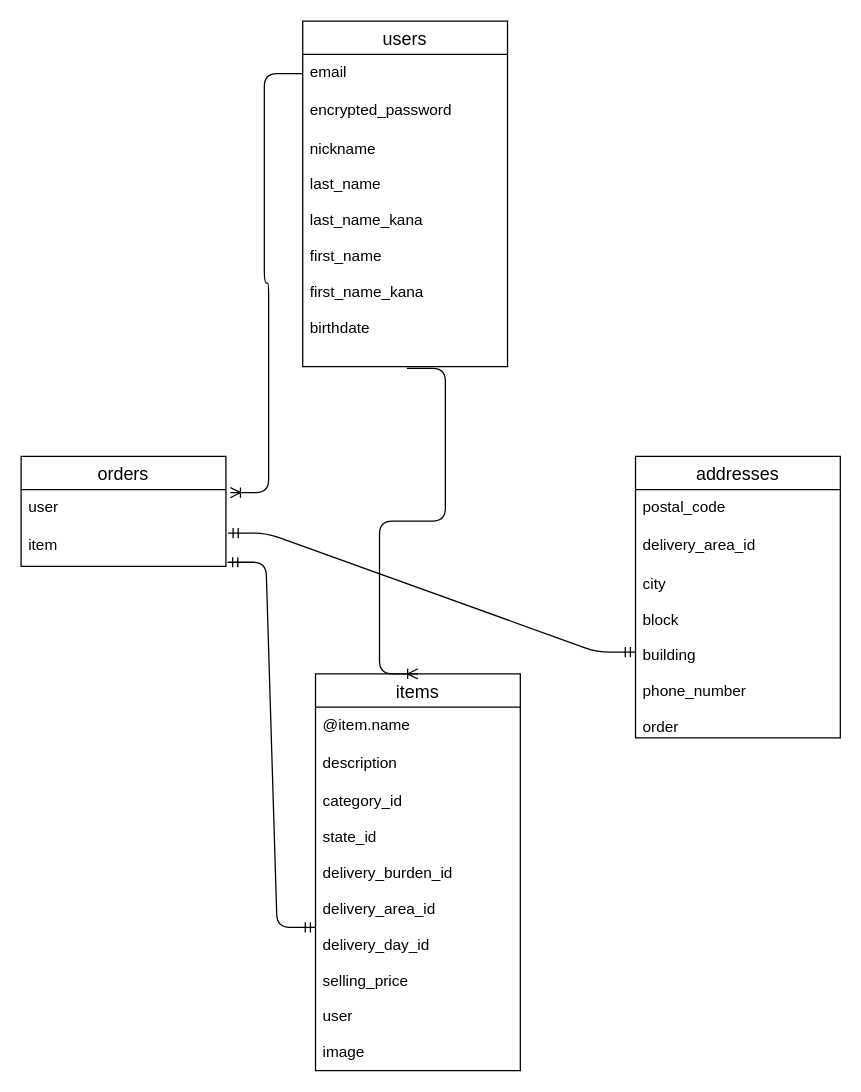
This is ER .dio from nakajima-2019/furima-36090, a draw.io file, before an edit. Source tidied: cells renumbered, new cells numbered last; positions are measured from the earlier drawing's top-left corner, leaving out a move shared by most shapes. Both pictures are drawn from the tidied source at 128%, with x=0, y=0 at pixel (20, 20).
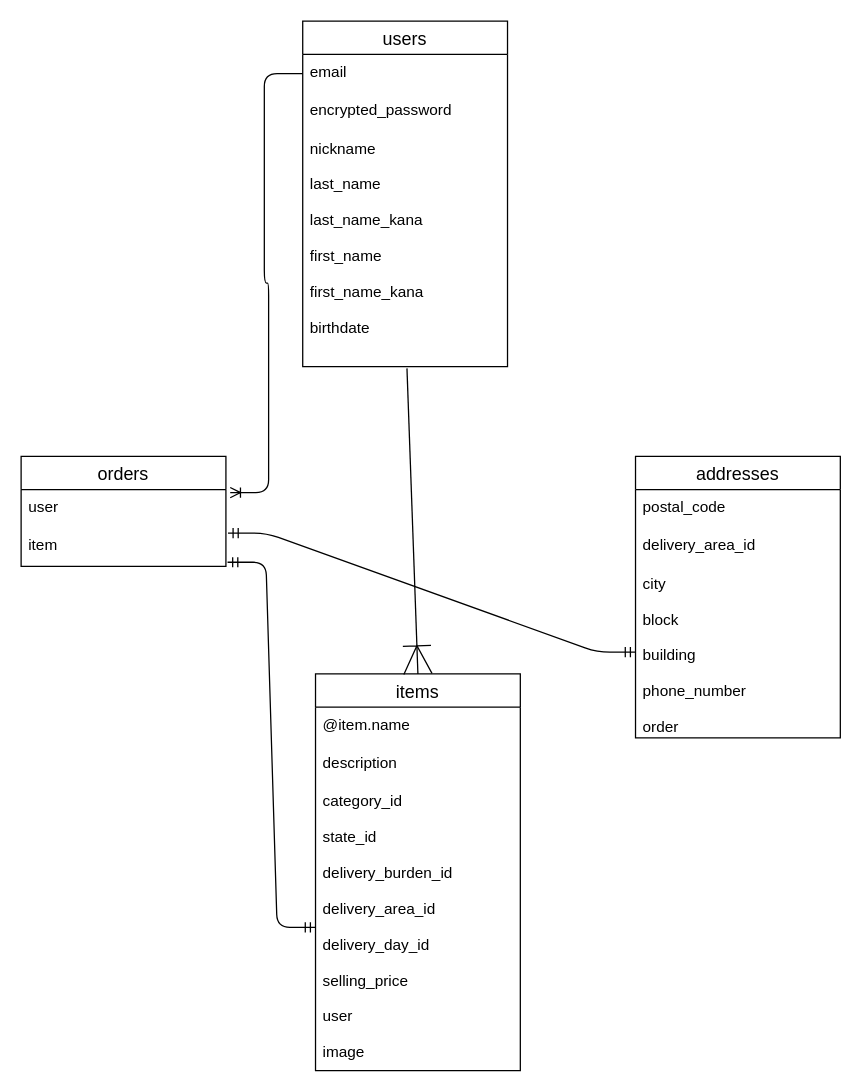
The same page after the edit.

Commit message:
ER図の位置調整

The change refers to these unchanged cells:
```xml
<mxCell id="5" value="nickname&#10;&#10;last_name&#10;&#10;last_name_kana &#10;&#10;first_name&#10;&#10;first_name_kana&#10;&#10;birthdate" style="text;strokeColor=none;fillColor=none;spacingLeft=4;spacingRight=4;overflow=hidden;points=[[0,0.5],[1,0.5]];portConstraint=eastwest;fontSize=12;" parent="2" vertex="1">
  <mxGeometry y="86" width="160" height="184" as="geometry" />
</mxCell>
<mxCell id="6" value="items" style="swimlane;fontStyle=0;horizontal=1;startSize=26;align=center;fontSize=14;" parent="1" vertex="1">
  <mxGeometry x="230" y="510" width="160" height="310" as="geometry" />
</mxCell>
```

Change to the diagram source:
```diff
@@
-    <mxCell id="18" style="edgeStyle=entityRelationEdgeStyle;fontSize=12;html=1;endArrow=ERoneToMany;exitX=0.509;exitY=1.007;exitDx=0;exitDy=0;exitPerimeter=0;entryX=0.5;entryY=0;entryDx=0;entryDy=0;" parent="1" edge="1" source="5" target="6">
+    <mxCell id="18" style="fontSize=12;html=1;endArrow=ERoneToMany;exitX=0.509;exitY=1.007;exitDx=0;exitDy=0;exitPerimeter=0;entryX=0.5;entryY=0;entryDx=0;entryDy=0;endSize=20;" parent="1" edge="1" source="5" target="6">
       <mxGeometry relative="1" as="geometry" />
     </mxCell>
```
